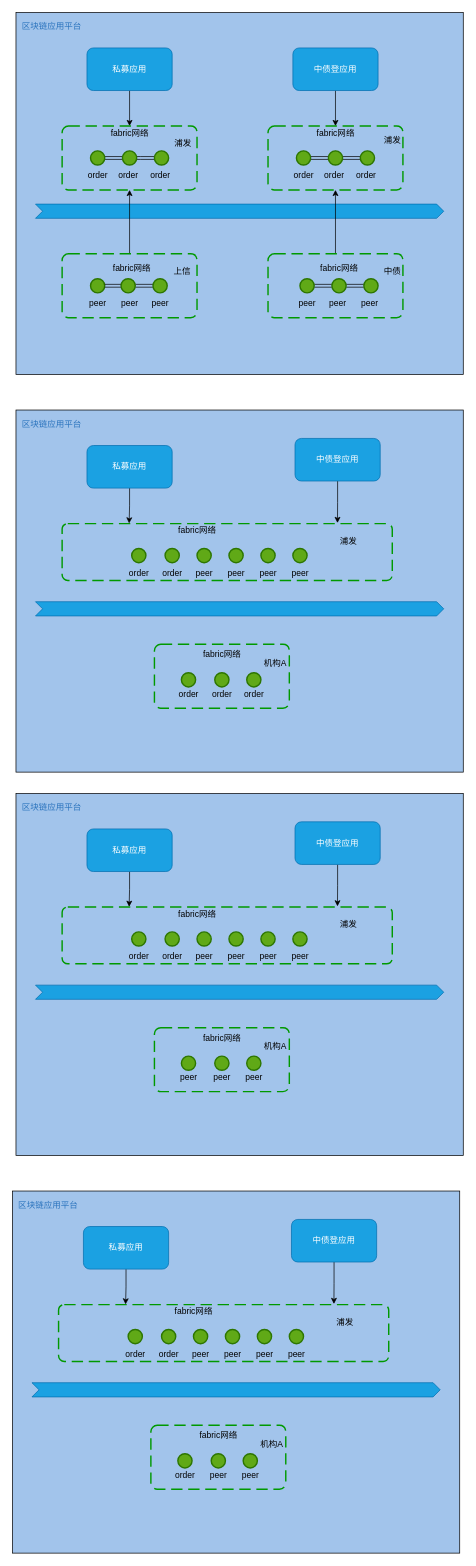
The draw.io diagram 未命名绘图.drawio in a1154319899/blockchain_learning_materials, before the edit. Source tidied: cells renumbered, new cells numbered last; positions are measured from the earlier drawing's top-left corner, leaving out a move shared by most shapes. Both pictures are drawn from the tidied source at 71%, with x=0, y=0 at pixel (12, 12).
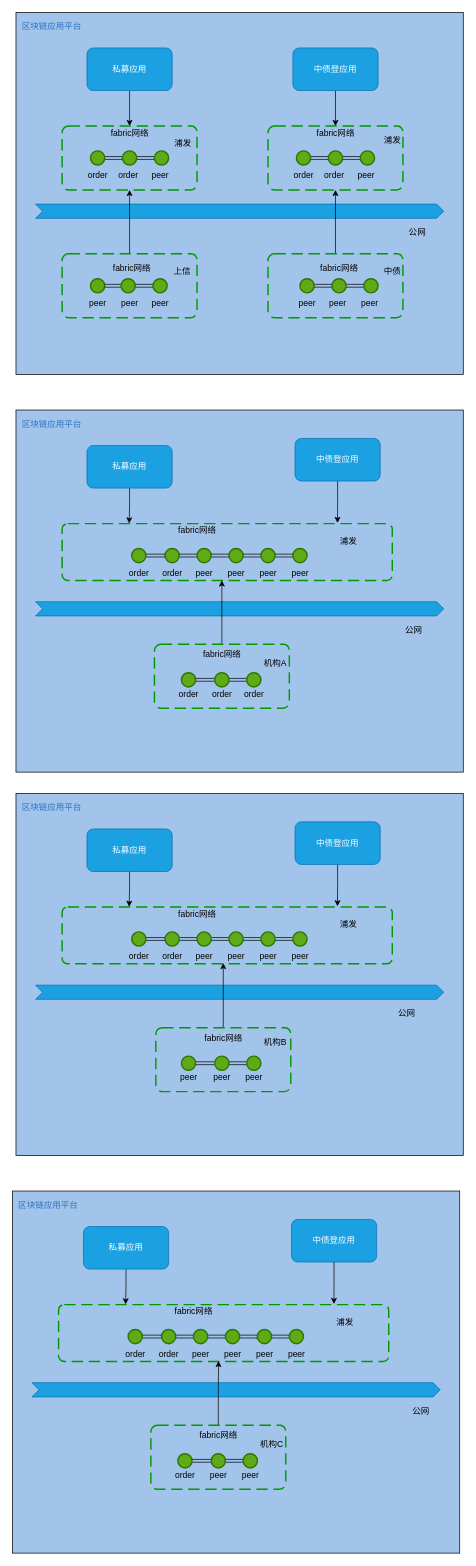
The same diagram, later.

Commit message:
更新未命名绘图.drawio

The change refers to these unchanged cells:
```xml
<mxCell id="13" style="strokeWidth=2;html=1;shape=mxgraph.flowchart.start_2;whiteSpace=wrap;fillColor=#60a917;fontColor=#ffffff;strokeColor=#2D7600;" parent="1" vertex="1">
<mxCell id="14" style="strokeWidth=2;html=1;shape=mxgraph.flowchart.start_2;whiteSpace=wrap;fillColor=#60a917;fontColor=#ffffff;strokeColor=#2D7600;" parent="1" vertex="1">
<mxCell id="63" style="strokeWidth=2;html=1;shape=mxgraph.flowchart.start_2;whiteSpace=wrap;fillColor=#60a917;fontColor=#ffffff;strokeColor=#2D7600;" parent="1" vertex="1">
<mxCell id="64" style="strokeWidth=2;html=1;shape=mxgraph.flowchart.start_2;whiteSpace=wrap;fillColor=#60a917;fontColor=#ffffff;strokeColor=#2D7600;" parent="1" vertex="1">
<mxCell id="65" style="strokeWidth=2;html=1;shape=mxgraph.flowchart.start_2;whiteSpace=wrap;fillColor=#60a917;fontColor=#ffffff;strokeColor=#2D7600;" parent="1" vertex="1">
<mxCell id="71" style="rounded=1;arcSize=10;dashed=1;fillColor=none;gradientColor=none;dashPattern=8 4;strokeWidth=2;fontColor=#2A73BD;strokeColor=#009900;" parent="1" vertex="1">
<mxCell id="73" style="strokeWidth=2;html=1;shape=mxgraph.flowchart.start_2;whiteSpace=wrap;fillColor=#60a917;fontColor=#ffffff;strokeColor=#2D7600;" parent="1" vertex="1">
<mxCell id="74" style="strokeWidth=2;html=1;shape=mxgraph.flowchart.start_2;whiteSpace=wrap;fillColor=#60a917;fontColor=#ffffff;strokeColor=#2D7600;" parent="1" vertex="1">
<mxCell id="75" style="strokeWidth=2;html=1;shape=mxgraph.flowchart.start_2;whiteSpace=wrap;fillColor=#60a917;fontColor=#ffffff;strokeColor=#2D7600;" parent="1" vertex="1">
<mxCell id="80" style="strokeWidth=2;html=1;shape=mxgraph.flowchart.start_2;whiteSpace=wrap;fillColor=#60a917;fontColor=#ffffff;strokeColor=#2D7600;" parent="1" vertex="1">
<mxCell id="81" style="strokeWidth=2;html=1;shape=mxgraph.flowchart.start_2;whiteSpace=wrap;fillColor=#60a917;fontColor=#ffffff;strokeColor=#2D7600;" parent="1" vertex="1">
<mxCell id="82" style="strokeWidth=2;html=1;shape=mxgraph.flowchart.start_2;whiteSpace=wrap;fillColor=#60a917;fontColor=#ffffff;strokeColor=#2D7600;" parent="1" vertex="1">
<mxCell id="83" value="peer" style="text;html=1;align=center;verticalAlign=middle;points=[];fillColor=none;strokeColor=none;rounded=0;fontColor=#000000;" parent="1" vertex="1">
<mxCell id="94" style="strokeWidth=2;html=1;shape=mxgraph.flowchart.start_2;whiteSpace=wrap;fillColor=#60a917;fontColor=#ffffff;strokeColor=#2D7600;" parent="1" vertex="1">
<mxCell id="95" style="strokeWidth=2;html=1;shape=mxgraph.flowchart.start_2;whiteSpace=wrap;fillColor=#60a917;fontColor=#ffffff;strokeColor=#2D7600;" parent="1" vertex="1">
<mxCell id="96" style="strokeWidth=2;html=1;shape=mxgraph.flowchart.start_2;whiteSpace=wrap;fillColor=#60a917;fontColor=#ffffff;strokeColor=#2D7600;" parent="1" vertex="1">
<mxCell id="104" style="strokeWidth=2;html=1;shape=mxgraph.flowchart.start_2;whiteSpace=wrap;fillColor=#60a917;fontColor=#ffffff;strokeColor=#2D7600;" parent="1" vertex="1">
<mxCell id="105" style="strokeWidth=2;html=1;shape=mxgraph.flowchart.start_2;whiteSpace=wrap;fillColor=#60a917;fontColor=#ffffff;strokeColor=#2D7600;" parent="1" vertex="1">
<mxCell id="106" style="strokeWidth=2;html=1;shape=mxgraph.flowchart.start_2;whiteSpace=wrap;fillColor=#60a917;fontColor=#ffffff;strokeColor=#2D7600;" parent="1" vertex="1">
<mxCell id="111" style="strokeWidth=2;html=1;shape=mxgraph.flowchart.start_2;whiteSpace=wrap;fillColor=#60a917;fontColor=#ffffff;strokeColor=#2D7600;" parent="1" vertex="1">
<mxCell id="112" style="strokeWidth=2;html=1;shape=mxgraph.flowchart.start_2;whiteSpace=wrap;fillColor=#60a917;fontColor=#ffffff;strokeColor=#2D7600;" parent="1" vertex="1">
<mxCell id="113" style="strokeWidth=2;html=1;shape=mxgraph.flowchart.start_2;whiteSpace=wrap;fillColor=#60a917;fontColor=#ffffff;strokeColor=#2D7600;" parent="1" vertex="1">
<mxCell id="114" value="peer" style="text;html=1;align=center;verticalAlign=middle;points=[];fillColor=none;strokeColor=none;rounded=0;fontColor=#000000;" parent="1" vertex="1">
<mxCell id="125" style="strokeWidth=2;html=1;shape=mxgraph.flowchart.start_2;whiteSpace=wrap;fillColor=#60a917;fontColor=#ffffff;strokeColor=#2D7600;" parent="1" vertex="1">
<mxCell id="126" style="strokeWidth=2;html=1;shape=mxgraph.flowchart.start_2;whiteSpace=wrap;fillColor=#60a917;fontColor=#ffffff;strokeColor=#2D7600;" parent="1" vertex="1">
<mxCell id="127" style="strokeWidth=2;html=1;shape=mxgraph.flowchart.start_2;whiteSpace=wrap;fillColor=#60a917;fontColor=#ffffff;strokeColor=#2D7600;" parent="1" vertex="1">
<mxCell id="133" style="rounded=1;arcSize=10;dashed=1;fillColor=none;gradientColor=none;dashPattern=8 4;strokeWidth=2;fontColor=#2A73BD;strokeColor=#009900;" parent="1" vertex="1">
<mxCell id="135" style="strokeWidth=2;html=1;shape=mxgraph.flowchart.start_2;whiteSpace=wrap;fillColor=#60a917;fontColor=#ffffff;strokeColor=#2D7600;" parent="1" vertex="1">
<mxCell id="136" style="strokeWidth=2;html=1;shape=mxgraph.flowchart.start_2;whiteSpace=wrap;fillColor=#60a917;fontColor=#ffffff;strokeColor=#2D7600;" parent="1" vertex="1">
<mxCell id="137" style="strokeWidth=2;html=1;shape=mxgraph.flowchart.start_2;whiteSpace=wrap;fillColor=#60a917;fontColor=#ffffff;strokeColor=#2D7600;" parent="1" vertex="1">
<mxCell id="142" style="strokeWidth=2;html=1;shape=mxgraph.flowchart.start_2;whiteSpace=wrap;fillColor=#60a917;fontColor=#ffffff;strokeColor=#2D7600;" parent="1" vertex="1">
<mxCell id="143" style="strokeWidth=2;html=1;shape=mxgraph.flowchart.start_2;whiteSpace=wrap;fillColor=#60a917;fontColor=#ffffff;strokeColor=#2D7600;" parent="1" vertex="1">
<mxCell id="144" style="strokeWidth=2;html=1;shape=mxgraph.flowchart.start_2;whiteSpace=wrap;fillColor=#60a917;fontColor=#ffffff;strokeColor=#2D7600;" parent="1" vertex="1">
<mxCell id="145" value="peer" style="text;html=1;align=center;verticalAlign=middle;points=[];fillColor=none;strokeColor=none;rounded=0;fontColor=#000000;" parent="1" vertex="1">
```

Change to the diagram source:
```diff
@@
-    <mxCell id="12" style="edgeStyle=orthogonalEdgeStyle;shape=link;rounded=0;jettySize=auto;html=1;exitX=1;exitY=0.5;exitDx=0;exitDy=0;exitPerimeter=0;" parent="1" edge="1" source="13" target="14">
+    <mxCell id="12" style="edgeStyle=orthogonalEdgeStyle;shape=link;rounded=0;jettySize=auto;html=1;exitX=1;exitY=0.5;exitDx=0;exitDy=0;exitPerimeter=0;entryX=0;entryY=0.5;entryDx=0;entryDy=0;entryPerimeter=0;" parent="1" edge="1" source="13" target="14">
       <mxGeometry relative="1" as="geometry" />
     </mxCell>
@@
-    <mxCell id="17" value="order" style="text;html=1;align=center;verticalAlign=middle;fillColor=none;strokeColor=none;rounded=0;fontColor=#000000;" parent="1" vertex="1">
+    <mxCell id="17" value="peer" style="text;html=1;align=center;verticalAlign=middle;fillColor=none;strokeColor=none;rounded=0;fontColor=#000000;" parent="1" vertex="1">
       <mxGeometry x="188" y="220" width="40" height="20" as="geometry" />
     </mxCell>
@@
-    <mxCell id="27" value="order" style="text;html=1;align=center;verticalAlign=middle;fillColor=none;strokeColor=none;rounded=0;fontColor=#000000;" parent="1" vertex="1">
+    <mxCell id="27" value="peer" style="text;html=1;align=center;verticalAlign=middle;fillColor=none;strokeColor=none;rounded=0;fontColor=#000000;" parent="1" vertex="1">
       <mxGeometry x="478" y="220" width="40" height="20" as="geometry" />
     </mxCell>
@@
+    <mxCell id="148" style="edgeStyle=orthogonalEdgeStyle;shape=link;rounded=0;jettySize=auto;html=1;exitX=1;exitY=0.5;exitDx=0;exitDy=0;exitPerimeter=0;entryX=0;entryY=0.5;entryDx=0;entryDy=0;entryPerimeter=0;" parent="1" edge="1" source="63" target="64">
+      <mxGeometry relative="1" as="geometry" />
+    </mxCell>
@@
+    <mxCell id="149" style="edgeStyle=orthogonalEdgeStyle;shape=link;rounded=0;jettySize=auto;html=1;exitX=1;exitY=0.5;exitDx=0;exitDy=0;exitPerimeter=0;entryX=0;entryY=0.5;entryDx=0;entryDy=0;entryPerimeter=0;" parent="1" edge="1" source="64" target="65">
+      <mxGeometry relative="1" as="geometry" />
+    </mxCell>
@@
+    <mxCell id="150" style="edgeStyle=orthogonalEdgeStyle;shape=link;rounded=0;jettySize=auto;html=1;exitX=1;exitY=0.5;exitDx=0;exitDy=0;exitPerimeter=0;entryX=0;entryY=0.5;entryDx=0;entryDy=0;entryPerimeter=0;" parent="1" edge="1" source="65" target="80">
+      <mxGeometry relative="1" as="geometry" />
+    </mxCell>
@@
+    <mxCell id="151" style="edgeStyle=orthogonalEdgeStyle;rounded=0;jettySize=auto;html=1;exitX=0.5;exitY=0;exitDx=0;exitDy=0;entryX=0;entryY=1;entryDx=0;entryDy=0;entryPerimeter=0;" parent="1" edge="1" source="71" target="83">
+      <mxGeometry relative="1" as="geometry" />
+    </mxCell>
@@
+    <mxCell id="152" style="edgeStyle=orthogonalEdgeStyle;shape=link;rounded=0;jettySize=auto;html=1;exitX=1;exitY=0.5;exitDx=0;exitDy=0;exitPerimeter=0;entryX=0;entryY=0.5;entryDx=0;entryDy=0;entryPerimeter=0;" parent="1" edge="1" source="73" target="74">
+      <mxGeometry relative="1" as="geometry" />
+    </mxCell>
@@
+    <mxCell id="153" style="edgeStyle=orthogonalEdgeStyle;shape=link;rounded=0;jettySize=auto;html=1;exitX=1;exitY=0.5;exitDx=0;exitDy=0;exitPerimeter=0;entryX=0;entryY=0.5;entryDx=0;entryDy=0;entryPerimeter=0;" parent="1" edge="1" source="74" target="75">
+      <mxGeometry relative="1" as="geometry" />
+    </mxCell>
@@
+    <mxCell id="154" style="edgeStyle=orthogonalEdgeStyle;shape=link;rounded=0;jettySize=auto;html=1;exitX=1;exitY=0.5;exitDx=0;exitDy=0;exitPerimeter=0;entryX=0;entryY=0.5;entryDx=0;entryDy=0;entryPerimeter=0;" parent="1" edge="1" source="80" target="81">
+      <mxGeometry relative="1" as="geometry" />
+    </mxCell>
@@
+    <mxCell id="155" style="edgeStyle=orthogonalEdgeStyle;shape=link;rounded=0;jettySize=auto;html=1;exitX=1;exitY=0.5;exitDx=0;exitDy=0;exitPerimeter=0;entryX=0;entryY=0.5;entryDx=0;entryDy=0;entryPerimeter=0;" parent="1" edge="1" source="82" target="63">
+      <mxGeometry relative="1" as="geometry" />
+    </mxCell>
@@
+    <mxCell id="156" style="edgeStyle=orthogonalEdgeStyle;shape=link;rounded=0;jettySize=auto;html=1;exitX=1;exitY=0.5;exitDx=0;exitDy=0;exitPerimeter=0;entryX=0;entryY=0.5;entryDx=0;entryDy=0;entryPerimeter=0;" parent="1" edge="1" source="94" target="95">
+      <mxGeometry relative="1" as="geometry" />
+    </mxCell>
@@
+    <mxCell id="157" style="edgeStyle=orthogonalEdgeStyle;shape=link;rounded=0;jettySize=auto;html=1;exitX=1;exitY=0.5;exitDx=0;exitDy=0;exitPerimeter=0;entryX=0;entryY=0.5;entryDx=0;entryDy=0;entryPerimeter=0;" parent="1" edge="1" source="95" target="96">
+      <mxGeometry relative="1" as="geometry" />
+    </mxCell>
@@
+    <mxCell id="158" style="edgeStyle=orthogonalEdgeStyle;shape=link;rounded=0;jettySize=auto;html=1;exitX=1;exitY=0.5;exitDx=0;exitDy=0;exitPerimeter=0;entryX=0;entryY=0.5;entryDx=0;entryDy=0;entryPerimeter=0;" parent="1" edge="1" source="96" target="111">
+      <mxGeometry relative="1" as="geometry" />
+    </mxCell>
@@
+    <mxCell id="159" style="edgeStyle=orthogonalEdgeStyle;rounded=0;jettySize=auto;html=1;exitX=0.5;exitY=0;exitDx=0;exitDy=0;entryX=0.049;entryY=0.946;entryDx=0;entryDy=0;entryPerimeter=0;" parent="1" edge="1" source="102" target="114">
+      <mxGeometry relative="1" as="geometry" />
+    </mxCell>
     <mxCell id="102" style="rounded=1;arcSize=10;dashed=1;fillColor=none;gradientColor=none;dashPattern=8 4;strokeWidth=2;fontColor=#2A73BD;strokeColor=#009900;" parent="1" vertex="1">
-      <mxGeometry x="200" y="1430" width="190" height="90" as="geometry" />
+      <mxGeometry x="202" y="1430" width="190" height="90" as="geometry" />
     </mxCell>
     <mxCell id="103" value="fabric网络" style="text;html=1;align=center;verticalAlign=middle;fillColor=none;strokeColor=none;rounded=0;" parent="1" vertex="1">
-      <mxGeometry x="260" y="1435" width="70" height="20" as="geometry" />
+      <mxGeometry x="262" y="1435" width="70" height="20" as="geometry" />
     </mxCell>
+    <mxCell id="160" style="edgeStyle=orthogonalEdgeStyle;shape=link;rounded=0;jettySize=auto;html=1;exitX=1;exitY=0.5;exitDx=0;exitDy=0;exitPerimeter=0;entryX=0;entryY=0.5;entryDx=0;entryDy=0;entryPerimeter=0;" parent="1" edge="1" source="104" target="105">
+      <mxGeometry relative="1" as="geometry" />
+    </mxCell>
@@
+    <mxCell id="161" style="edgeStyle=orthogonalEdgeStyle;shape=link;rounded=0;jettySize=auto;html=1;exitX=1;exitY=0.5;exitDx=0;exitDy=0;exitPerimeter=0;entryX=0;entryY=0.5;entryDx=0;entryDy=0;entryPerimeter=0;" parent="1" edge="1" source="105" target="106">
+      <mxGeometry relative="1" as="geometry" />
+    </mxCell>
@@
-    <mxCell id="110" value="机构A" style="text;html=1;align=center;verticalAlign=middle;fillColor=none;strokeColor=none;rounded=0;" parent="1" vertex="1">
-      <mxGeometry x="345" y="1447" width="50" height="20" as="geometry" />
+    <mxCell id="110" value="机构B" style="text;html=1;align=center;verticalAlign=middle;fillColor=none;strokeColor=none;rounded=0;" parent="1" vertex="1">
+      <mxGeometry x="345" y="1441" width="50" height="20" as="geometry" />
     </mxCell>
+    <mxCell id="162" style="edgeStyle=orthogonalEdgeStyle;shape=link;rounded=0;jettySize=auto;html=1;exitX=1;exitY=0.5;exitDx=0;exitDy=0;exitPerimeter=0;entryX=0;entryY=0.5;entryDx=0;entryDy=0;entryPerimeter=0;" parent="1" edge="1" source="111" target="112">
+      <mxGeometry relative="1" as="geometry" />
+    </mxCell>
@@
+    <mxCell id="163" style="edgeStyle=orthogonalEdgeStyle;shape=link;rounded=0;jettySize=auto;html=1;exitX=1;exitY=0.5;exitDx=0;exitDy=0;exitPerimeter=0;entryX=0;entryY=0.5;entryDx=0;entryDy=0;entryPerimeter=0;" parent="1" edge="1" source="113" target="94">
+      <mxGeometry relative="1" as="geometry" />
+    </mxCell>
@@
+    <mxCell id="164" style="edgeStyle=orthogonalEdgeStyle;shape=link;rounded=0;jettySize=auto;html=1;exitX=1;exitY=0.5;exitDx=0;exitDy=0;exitPerimeter=0;entryX=0;entryY=0.5;entryDx=0;entryDy=0;entryPerimeter=0;" parent="1" edge="1" source="125" target="126">
+      <mxGeometry relative="1" as="geometry" />
+    </mxCell>
@@
+    <mxCell id="165" style="edgeStyle=orthogonalEdgeStyle;shape=link;rounded=0;jettySize=auto;html=1;exitX=1;exitY=0.5;exitDx=0;exitDy=0;exitPerimeter=0;entryX=0;entryY=0.5;entryDx=0;entryDy=0;entryPerimeter=0;" parent="1" edge="1" source="126" target="127">
+      <mxGeometry relative="1" as="geometry" />
+    </mxCell>
@@
+    <mxCell id="166" style="edgeStyle=orthogonalEdgeStyle;shape=link;rounded=0;jettySize=auto;html=1;exitX=1;exitY=0.5;exitDx=0;exitDy=0;exitPerimeter=0;entryX=0.059;entryY=0.681;entryDx=0;entryDy=0;entryPerimeter=0;" parent="1" edge="1" source="127" target="142">
+      <mxGeometry relative="1" as="geometry" />
+    </mxCell>
@@
+    <mxCell id="167" style="edgeStyle=orthogonalEdgeStyle;rounded=0;jettySize=auto;html=1;exitX=0.5;exitY=0;exitDx=0;exitDy=0;entryX=0.008;entryY=0.967;entryDx=0;entryDy=0;entryPerimeter=0;" parent="1" edge="1" source="133" target="145">
+      <mxGeometry relative="1" as="geometry" />
+    </mxCell>
@@
+    <mxCell id="168" style="edgeStyle=orthogonalEdgeStyle;shape=link;rounded=0;jettySize=auto;html=1;exitX=1;exitY=0.5;exitDx=0;exitDy=0;exitPerimeter=0;" parent="1" edge="1" source="135" target="136">
+      <mxGeometry relative="1" as="geometry" />
+    </mxCell>
@@
+    <mxCell id="169" style="edgeStyle=orthogonalEdgeStyle;shape=link;rounded=0;jettySize=auto;html=1;exitX=1;exitY=0.5;exitDx=0;exitDy=0;exitPerimeter=0;entryX=0;entryY=0.5;entryDx=0;entryDy=0;entryPerimeter=0;" parent="1" edge="1" source="136" target="137">
+      <mxGeometry relative="1" as="geometry" />
+    </mxCell>
@@
-    <mxCell id="141" value="机构A" style="text;html=1;align=center;verticalAlign=middle;fillColor=none;strokeColor=none;rounded=0;" parent="1" vertex="1">
+    <mxCell id="141" value="机构C" style="text;html=1;align=center;verticalAlign=middle;fillColor=none;strokeColor=none;rounded=0;" parent="1" vertex="1">
       <mxGeometry x="340" y="2007" width="50" height="20" as="geometry" />
     </mxCell>
+    <mxCell id="170" style="edgeStyle=orthogonalEdgeStyle;shape=link;rounded=0;jettySize=auto;html=1;exitX=1;exitY=0.5;exitDx=0;exitDy=0;exitPerimeter=0;" parent="1" edge="1" source="142" target="143">
+      <mxGeometry relative="1" as="geometry" />
+    </mxCell>
@@
+    <mxCell id="171" style="edgeStyle=orthogonalEdgeStyle;shape=link;rounded=0;jettySize=auto;html=1;exitX=1;exitY=0.5;exitDx=0;exitDy=0;exitPerimeter=0;entryX=0;entryY=0.5;entryDx=0;entryDy=0;entryPerimeter=0;" parent="1" edge="1" source="144" target="125">
+      <mxGeometry relative="1" as="geometry" />
+    </mxCell>
@@
+    <mxCell id="172" value="公网" style="text;html=1;align=center;verticalAlign=middle;fillColor=none;strokeColor=none;rounded=0;" parent="1" vertex="1">
+      <mxGeometry x="545" y="860" width="40" height="20" as="geometry" />
+    </mxCell>
+    <mxCell id="173" value="公网" style="text;html=1;align=center;verticalAlign=middle;fillColor=none;strokeColor=none;rounded=0;" parent="1" vertex="1">
+      <mxGeometry x="550" y="300" width="40" height="20" as="geometry" />
+    </mxCell>
+    <mxCell id="174" value="公网" style="text;html=1;align=center;verticalAlign=middle;fillColor=none;strokeColor=none;rounded=0;" parent="1" vertex="1">
+      <mxGeometry x="535" y="1400" width="40" height="20" as="geometry" />
+    </mxCell>
+    <mxCell id="175" value="公网" style="text;html=1;align=center;verticalAlign=middle;fillColor=none;strokeColor=none;rounded=0;" parent="1" vertex="1">
+      <mxGeometry x="555" y="1960" width="40" height="20" as="geometry" />
+    </mxCell>
```
